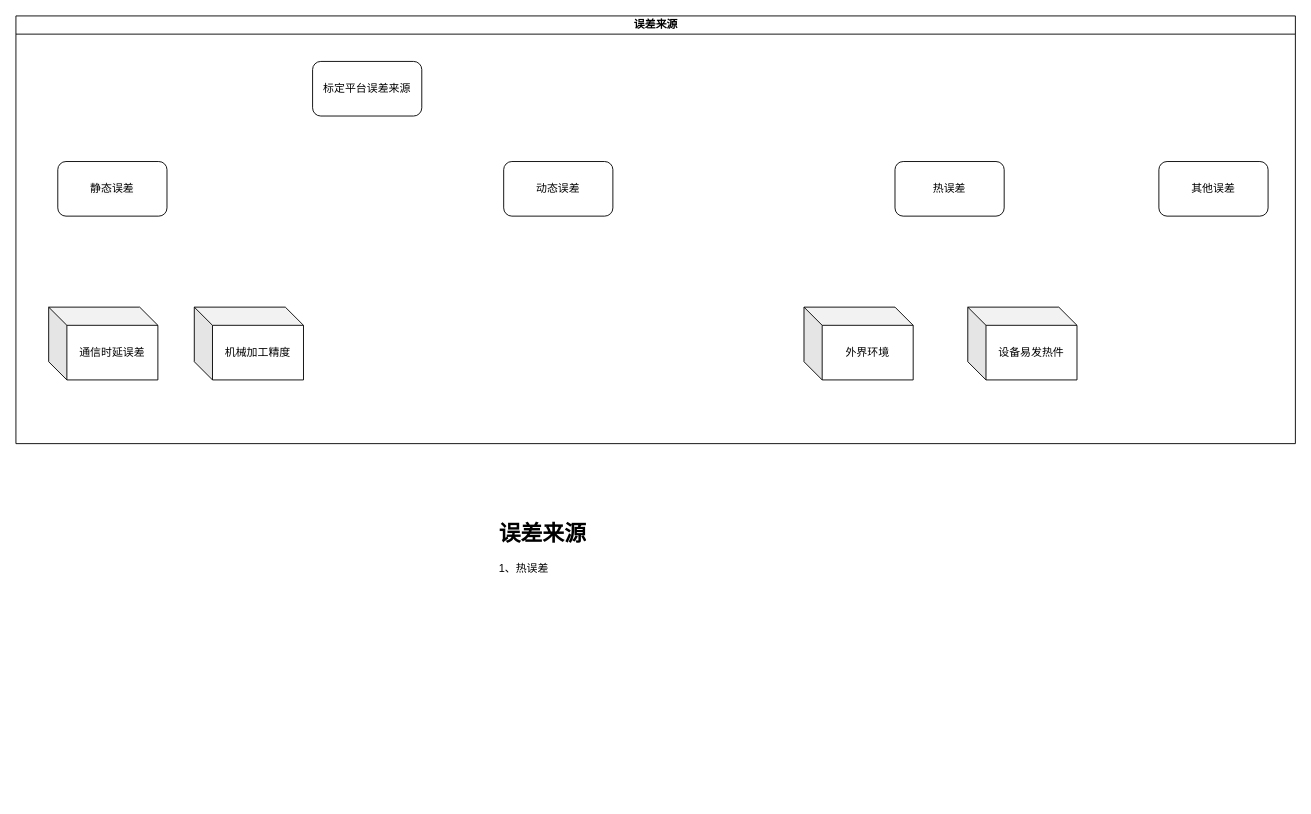
This is 误差来源.drawio from wjaswdd/draw.io, a draw.io file, before an edit. Source tidied: cells renumbered, new cells numbered last; positions are measured from the earlier drawing's top-left corner, leaving out a move shared by most shapes. Both pictures are drawn from the tidied source at 91%, with x=0, y=0 at pixel (15, 15).
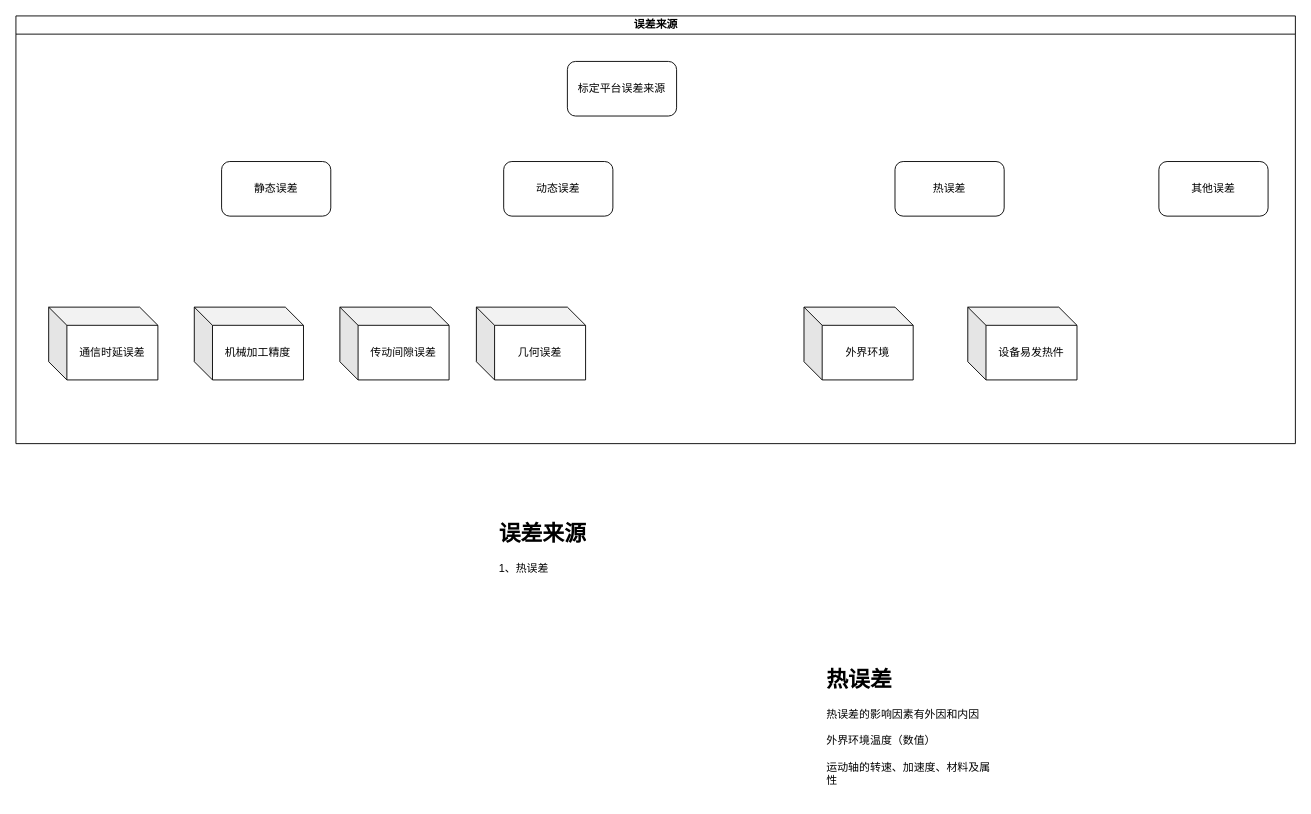
Above is the later version.

Commit message (it also covers changes not shown here):
更新误差来源.drawio

Change to the diagram source:
```diff
@@
 <mxGraphModel>
   <root>
     <mxCell id="0" />
     <mxCell id="1" parent="0" />
     <mxCell id="2" value="误差来源" style="swimlane;html=1;startSize=20;horizontal=1;containerType=tree;glass=0;" parent="1" vertex="1">
       <mxGeometry width="1406" height="470" as="geometry" />
     </mxCell>
     <mxCell id="3" value="标定平台误差来源" style="rounded=1;whiteSpace=wrap;html=1;" parent="2" vertex="1">
-      <mxGeometry x="326" y="50" width="120" height="60" as="geometry" />
+      <mxGeometry x="606" y="50" width="120" height="60" as="geometry" />
     </mxCell>
     <mxCell id="4" value="&lt;span style=&quot;color: rgb(0, 0, 0); font-family: Helvetica; font-size: 12px; font-style: normal; font-variant-ligatures: normal; font-variant-caps: normal; font-weight: 400; letter-spacing: normal; orphans: 2; text-align: center; text-indent: 0px; text-transform: none; widows: 2; word-spacing: 0px; -webkit-text-stroke-width: 0px; background-color: rgb(251, 251, 251); text-decoration-thickness: initial; text-decoration-style: initial; text-decoration-color: initial; float: none; display: inline !important;&quot;&gt;静态误差&lt;/span&gt;" style="rounded=1;whiteSpace=wrap;html=1;" parent="2" vertex="1">
-      <mxGeometry x="46" y="160" width="120" height="60" as="geometry" />
+      <mxGeometry x="226" y="160" width="120" height="60" as="geometry" />
     </mxCell>
     <mxCell id="5" value="动态误差" style="rounded=1;whiteSpace=wrap;html=1;" parent="2" vertex="1">
       <mxGeometry x="536" y="160" width="120" height="60" as="geometry" />
     </mxCell>
     <mxCell id="6" value="热误差" style="rounded=1;whiteSpace=wrap;html=1;" parent="2" vertex="1">
       <mxGeometry x="966" y="160" width="120" height="60" as="geometry" />
     </mxCell>
     <mxCell id="7" value="其他误差" style="rounded=1;whiteSpace=wrap;html=1;" parent="2" vertex="1">
       <mxGeometry x="1256" y="160" width="120" height="60" as="geometry" />
     </mxCell>
     <mxCell id="8" value="通信时延误差" style="shape=cube;whiteSpace=wrap;html=1;boundedLbl=1;backgroundOutline=1;darkOpacity=0.05;darkOpacity2=0.1;" parent="2" vertex="1">
       <mxGeometry x="36" y="320" width="120" height="80" as="geometry" />
     </mxCell>
     <mxCell id="9" value="机械加工精度" style="shape=cube;whiteSpace=wrap;html=1;boundedLbl=1;backgroundOutline=1;darkOpacity=0.05;darkOpacity2=0.1;" parent="2" vertex="1">
       <mxGeometry x="196" y="320" width="120" height="80" as="geometry" />
     </mxCell>
     <mxCell id="10" value="外界环境" style="shape=cube;whiteSpace=wrap;html=1;boundedLbl=1;backgroundOutline=1;darkOpacity=0.05;darkOpacity2=0.1;" parent="2" vertex="1">
       <mxGeometry x="866" y="320" width="120" height="80" as="geometry" />
     </mxCell>
     <mxCell id="11" value="设备易发热件" style="shape=cube;whiteSpace=wrap;html=1;boundedLbl=1;backgroundOutline=1;darkOpacity=0.05;darkOpacity2=0.1;" parent="2" vertex="1">
       <mxGeometry x="1046" y="320" width="120" height="80" as="geometry" />
     </mxCell>
+    <mxCell id="13" value="传动间隙误差" style="shape=cube;whiteSpace=wrap;html=1;boundedLbl=1;backgroundOutline=1;darkOpacity=0.05;darkOpacity2=0.1;" parent="2" vertex="1">
+      <mxGeometry x="356" y="320" width="120" height="80" as="geometry" />
+    </mxCell>
+    <mxCell id="14" value="几何误差" style="shape=cube;whiteSpace=wrap;html=1;boundedLbl=1;backgroundOutline=1;darkOpacity=0.05;darkOpacity2=0.1;" parent="2" vertex="1">
+      <mxGeometry x="506" y="320" width="120" height="80" as="geometry" />
+    </mxCell>
     <mxCell id="12" value="&lt;h1&gt;误差来源&lt;/h1&gt;&lt;div&gt;1、热误差&lt;/div&gt;" style="text;html=1;strokeColor=none;fillColor=none;spacing=5;spacingTop=-20;whiteSpace=wrap;overflow=hidden;rounded=0;" parent="1" vertex="1">
       <mxGeometry x="526" y="550" width="190" height="120" as="geometry" />
     </mxCell>
+    <mxCell id="15" value="&lt;h1&gt;热误差&lt;/h1&gt;&lt;div&gt;热误差的影响因素有外因和内因&lt;/div&gt;&lt;div&gt;&lt;br&gt;&lt;/div&gt;&lt;div&gt;外界环境温度（数值）&lt;/div&gt;&lt;div&gt;&lt;br&gt;&lt;/div&gt;&lt;div&gt;运动轴的转速、加速度、材料及属性&lt;/div&gt;&lt;div&gt;&lt;br&gt;&lt;/div&gt;" style="text;html=1;strokeColor=none;fillColor=none;spacing=5;spacingTop=-20;whiteSpace=wrap;overflow=hidden;rounded=0;" parent="1" vertex="1">
+      <mxGeometry x="886" y="710" width="190" height="150" as="geometry" />
+    </mxCell>
   </root>
 </mxGraphModel>
```
